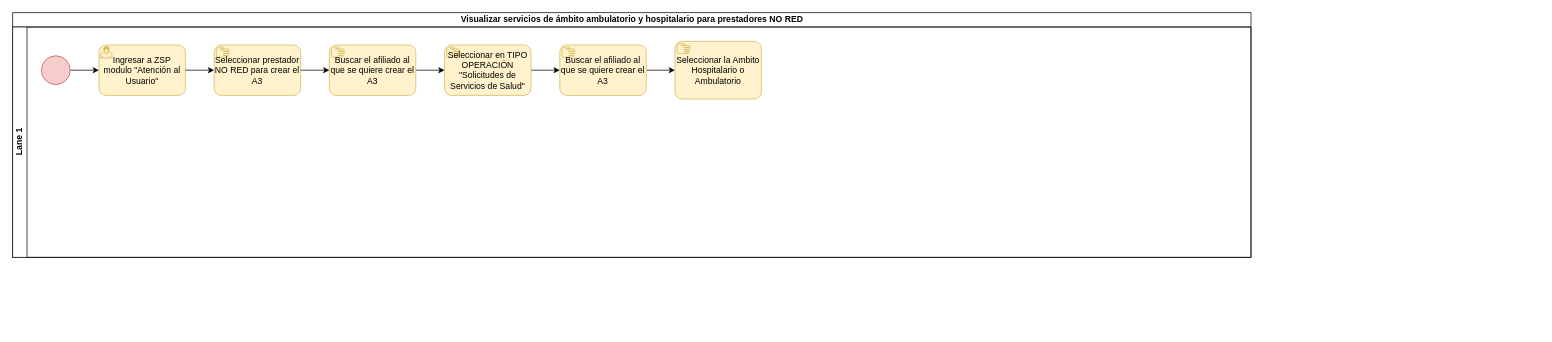
Earlier version of the draw.io diagram Visualizar servicios en ZSS para prestadores con marca en eter.drawio (kevinjporto/Diagramas-de-procesos). Source tidied: cells renumbered, new cells numbered last; positions are measured from the earlier drawing's top-left corner, leaving out a move shared by most shapes. Both pictures are drawn from the tidied source at 72%, with x=0, y=0 at pixel (12, 12).
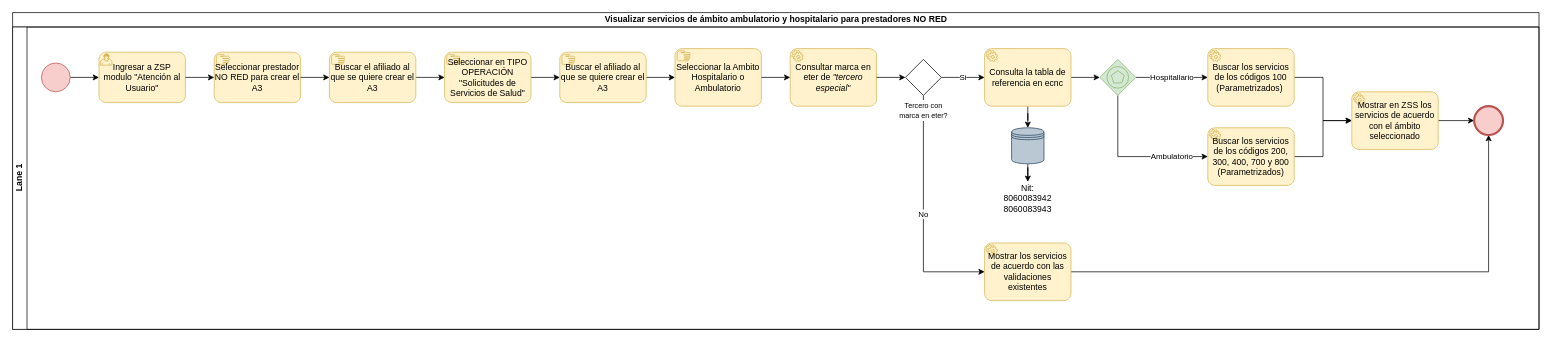
The same diagram, later.

Change to the diagram source:
```diff
@@
     <mxCell id="2" value="Visualizar servicios de ámbito ambulatorio y hospitalario para prestadores NO RED" style="swimlane;horizontal=1;startSize=20;html=1;" parent="1" vertex="1">
-      <mxGeometry width="1720" height="340" as="geometry" />
+      <mxGeometry width="2120" height="440" as="geometry" />
     </mxCell>
     <mxCell id="3" value="Lane 1" style="swimlane;startSize=20;horizontal=0;html=1;" parent="2" vertex="1">
-      <mxGeometry y="20" width="1720" height="320" as="geometry" />
+      <mxGeometry y="20" width="2120" height="420" as="geometry" />
     </mxCell>
@@
     <mxCell id="5" style="points=[[0.145,0.145,0],[0.5,0,0],[0.855,0.145,0],[1,0.5,0],[0.855,0.855,0],[0.5,1,0],[0.145,0.855,0],[0,0.5,0]];shape=mxgraph.bpmn.event;html=1;verticalLabelPosition=bottom;labelBackgroundColor=#ffffff;verticalAlign=top;align=center;perimeter=ellipsePerimeter;outlineConnect=0;outline=standard;symbol=general;fillColor=#f8cecc;strokeColor=#b85450;" parent="3" vertex="1">
-      <mxGeometry x="40" y="40" width="40" height="40" as="geometry" />
+      <mxGeometry x="40" y="50" width="40" height="40" as="geometry" />
     </mxCell>
     <mxCell id="6" value="Ingresar a ZSP modulo &quot;Atención al Usuario&quot;" style="points=[[0.25,0,0],[0.5,0,0],[0.75,0,0],[1,0.25,0],[1,0.5,0],[1,0.75,0],[0.75,1,0],[0.5,1,0],[0.25,1,0],[0,0.75,0],[0,0.5,0],[0,0.25,0]];shape=mxgraph.bpmn.task;whiteSpace=wrap;rectStyle=rounded;size=10;html=1;taskMarker=user;fillColor=#fff2cc;strokeColor=#d6b656;" parent="3" vertex="1">
-      <mxGeometry x="120" y="25" width="120" height="70" as="geometry" />
+      <mxGeometry x="120" y="35" width="120" height="70" as="geometry" />
     </mxCell>
     <mxCell id="7" value="Seleccionar prestador NO RED para crear el A3" style="points=[[0.25,0,0],[0.5,0,0],[0.75,0,0],[1,0.25,0],[1,0.5,0],[1,0.75,0],[0.75,1,0],[0.5,1,0],[0.25,1,0],[0,0.75,0],[0,0.5,0],[0,0.25,0]];shape=mxgraph.bpmn.task;whiteSpace=wrap;rectStyle=rounded;size=10;html=1;taskMarker=manual;fillColor=#fff2cc;strokeColor=#d6b656;" parent="3" vertex="1">
-      <mxGeometry x="280" y="25" width="120" height="70" as="geometry" />
+      <mxGeometry x="280" y="35" width="120" height="70" as="geometry" />
     </mxCell>
@@
     <mxCell id="10" value="Buscar el afiliado al que se quiere crear el A3" style="points=[[0.25,0,0],[0.5,0,0],[0.75,0,0],[1,0.25,0],[1,0.5,0],[1,0.75,0],[0.75,1,0],[0.5,1,0],[0.25,1,0],[0,0.75,0],[0,0.5,0],[0,0.25,0]];shape=mxgraph.bpmn.task;whiteSpace=wrap;rectStyle=rounded;size=10;html=1;taskMarker=manual;fillColor=#fff2cc;strokeColor=#d6b656;" parent="3" vertex="1">
-      <mxGeometry x="440" y="25" width="120" height="70" as="geometry" />
+      <mxGeometry x="440" y="35" width="120" height="70" as="geometry" />
     </mxCell>
@@
     <mxCell id="13" value="Seleccionar en TIPO OPERACIÓN &quot;Solicitudes de Servicios de Salud&quot;" style="points=[[0.25,0,0],[0.5,0,0],[0.75,0,0],[1,0.25,0],[1,0.5,0],[1,0.75,0],[0.75,1,0],[0.5,1,0],[0.25,1,0],[0,0.75,0],[0,0.5,0],[0,0.25,0]];shape=mxgraph.bpmn.task;whiteSpace=wrap;rectStyle=rounded;size=10;html=1;taskMarker=manual;fillColor=#fff2cc;strokeColor=#d6b656;" parent="3" vertex="1">
-      <mxGeometry x="600" y="25" width="120" height="70" as="geometry" />
+      <mxGeometry x="600" y="35" width="120" height="70" as="geometry" />
     </mxCell>
@@
     <mxCell id="15" value="Buscar el afiliado al que se quiere crear el A3" style="points=[[0.25,0,0],[0.5,0,0],[0.75,0,0],[1,0.25,0],[1,0.5,0],[1,0.75,0],[0.75,1,0],[0.5,1,0],[0.25,1,0],[0,0.75,0],[0,0.5,0],[0,0.25,0]];shape=mxgraph.bpmn.task;whiteSpace=wrap;rectStyle=rounded;size=10;html=1;taskMarker=manual;fillColor=#fff2cc;strokeColor=#d6b656;" parent="3" vertex="1">
-      <mxGeometry x="760" y="25" width="120" height="70" as="geometry" />
+      <mxGeometry x="760" y="35" width="120" height="70" as="geometry" />
     </mxCell>
     <mxCell id="16" value="Seleccionar la Ambito Hospitalario o Ambulatorio" style="points=[[0.25,0,0],[0.5,0,0],[0.75,0,0],[1,0.25,0],[1,0.5,0],[1,0.75,0],[0.75,1,0],[0.5,1,0],[0.25,1,0],[0,0.75,0],[0,0.5,0],[0,0.25,0]];shape=mxgraph.bpmn.task;whiteSpace=wrap;rectStyle=rounded;size=10;html=1;taskMarker=manual;fillColor=#fff2cc;strokeColor=#d6b656;" parent="3" vertex="1">
-      <mxGeometry x="920" y="20" width="120" height="80" as="geometry" />
+      <mxGeometry x="920" y="30" width="120" height="80" as="geometry" />
     </mxCell>
+    <mxCell id="17" value="Consultar marca en eter de &lt;i&gt;&quot;tercero especial&quot;&lt;/i&gt;" style="points=[[0.25,0,0],[0.5,0,0],[0.75,0,0],[1,0.25,0],[1,0.5,0],[1,0.75,0],[0.75,1,0],[0.5,1,0],[0.25,1,0],[0,0.75,0],[0,0.5,0],[0,0.25,0]];shape=mxgraph.bpmn.task;whiteSpace=wrap;rectStyle=rounded;size=10;html=1;taskMarker=service;fillColor=#fff2cc;strokeColor=#d6b656;" parent="3" vertex="1">
+      <mxGeometry x="1080" y="30" width="120" height="80" as="geometry" />
+    </mxCell>
+    <mxCell id="18" style="edgeStyle=orthogonalEdgeStyle;rounded=0;jettySize=auto;html=1;" parent="3" edge="1" source="16" target="17">
+      <mxGeometry relative="1" as="geometry" />
+    </mxCell>
+    <mxCell id="19" value="No" style="edgeStyle=orthogonalEdgeStyle;rounded=0;jettySize=auto;html=1;entryX=0;entryY=0.5;entryDx=0;entryDy=0;entryPerimeter=0;" parent="3" edge="1" source="21" target="32">
+      <mxGeometry relative="1" as="geometry">
+        <Array as="points">
+          <mxPoint x="1265" y="340" />
+        </Array>
+      </mxGeometry>
+    </mxCell>
+    <mxCell id="20" value="Si" style="edgeStyle=orthogonalEdgeStyle;rounded=0;jettySize=auto;html=1;entryX=0;entryY=0.5;entryDx=0;entryDy=0;entryPerimeter=0;" parent="3" edge="1" source="21" target="27">
+      <mxGeometry relative="1" as="geometry" />
+    </mxCell>
+    <mxCell id="21" value="&lt;font style=&quot;font-size: 10px;&quot;&gt;Tercero con &lt;br&gt;marca en eter?&lt;/font&gt;" style="points=[[0.25,0.25,0],[0.5,0,0],[0.75,0.25,0],[1,0.5,0],[0.75,0.75,0],[0.5,1,0],[0.25,0.75,0],[0,0.5,0]];shape=mxgraph.bpmn.gateway2;html=1;verticalLabelPosition=bottom;labelBackgroundColor=#ffffff;verticalAlign=top;align=center;perimeter=rhombusPerimeter;outlineConnect=0;outline=none;symbol=none;" parent="3" vertex="1">
+      <mxGeometry x="1240" y="45" width="50" height="50" as="geometry" />
+    </mxCell>
+    <mxCell id="22" style="edgeStyle=orthogonalEdgeStyle;rounded=0;jettySize=auto;html=1;" parent="3" edge="1" source="17" target="21">
+      <mxGeometry relative="1" as="geometry" />
+    </mxCell>
+    <mxCell id="23" style="edgeStyle=orthogonalEdgeStyle;rounded=0;jettySize=auto;html=1;entryX=0;entryY=0.5;entryDx=0;entryDy=0;entryPerimeter=0;" parent="3" edge="1" source="24" target="40">
+      <mxGeometry relative="1" as="geometry" />
+    </mxCell>
+    <mxCell id="24" value="Mostrar en ZSS los servicios de acuerdo con el ámbito seleccionado" style="points=[[0.25,0,0],[0.5,0,0],[0.75,0,0],[1,0.25,0],[1,0.5,0],[1,0.75,0],[0.75,1,0],[0.5,1,0],[0.25,1,0],[0,0.75,0],[0,0.5,0],[0,0.25,0]];shape=mxgraph.bpmn.task;whiteSpace=wrap;rectStyle=rounded;size=10;html=1;taskMarker=service;fillColor=#fff2cc;strokeColor=#d6b656;" parent="3" vertex="1">
+      <mxGeometry x="1860" y="90" width="120" height="80" as="geometry" />
+    </mxCell>
+    <mxCell id="25" style="edgeStyle=orthogonalEdgeStyle;rounded=0;jettySize=auto;html=1;entryX=0.5;entryY=0;entryDx=0;entryDy=0;" parent="3" edge="1" source="27" target="29">
+      <mxGeometry relative="1" as="geometry" />
+    </mxCell>
+    <mxCell id="26" style="edgeStyle=orthogonalEdgeStyle;rounded=0;jettySize=auto;html=1;" parent="3" edge="1" source="27" target="39">
+      <mxGeometry relative="1" as="geometry" />
+    </mxCell>
+    <mxCell id="27" value="Consulta la tabla de referencia en ecnc" style="points=[[0.25,0,0],[0.5,0,0],[0.75,0,0],[1,0.25,0],[1,0.5,0],[1,0.75,0],[0.75,1,0],[0.5,1,0],[0.25,1,0],[0,0.75,0],[0,0.5,0],[0,0.25,0]];shape=mxgraph.bpmn.task;whiteSpace=wrap;rectStyle=rounded;size=10;html=1;taskMarker=service;fillColor=#fff2cc;strokeColor=#d6b656;" parent="3" vertex="1">
+      <mxGeometry x="1350" y="30" width="120" height="80" as="geometry" />
+    </mxCell>
+    <mxCell id="28" style="edgeStyle=orthogonalEdgeStyle;rounded=0;jettySize=auto;html=1;" parent="3" edge="1" source="29" target="30">
+      <mxGeometry relative="1" as="geometry" />
+    </mxCell>
+    <mxCell id="29" style="shape=datastore;whiteSpace=wrap;html=1;fillColor=#bac8d3;strokeColor=#23445d;" parent="3" vertex="1">
+      <mxGeometry x="1387.5" y="140" width="45" height="50" as="geometry" />
+    </mxCell>
+    <mxCell id="30" value="Nit: &lt;br&gt;8060083942&lt;br&gt;8060083943" style="text;html=1;strokeColor=none;fillColor=none;align=center;verticalAlign=middle;whiteSpace=wrap;rounded=0;dashed=1;" parent="3" vertex="1">
+      <mxGeometry x="1355" y="215" width="110" height="45" as="geometry" />
+    </mxCell>
+    <mxCell id="31" style="edgeStyle=orthogonalEdgeStyle;rounded=0;jettySize=auto;html=1;entryX=0.5;entryY=1;entryDx=0;entryDy=0;entryPerimeter=0;" parent="3" edge="1" source="32" target="40">
+      <mxGeometry relative="1" as="geometry" />
+    </mxCell>
+    <mxCell id="32" value="Mostrar los servicios de acuerdo con las validaciones existentes" style="points=[[0.25,0,0],[0.5,0,0],[0.75,0,0],[1,0.25,0],[1,0.5,0],[1,0.75,0],[0.75,1,0],[0.5,1,0],[0.25,1,0],[0,0.75,0],[0,0.5,0],[0,0.25,0]];shape=mxgraph.bpmn.task;whiteSpace=wrap;rectStyle=rounded;size=10;html=1;taskMarker=service;fillColor=#fff2cc;strokeColor=#d6b656;" parent="3" vertex="1">
+      <mxGeometry x="1350" y="300" width="120" height="80" as="geometry" />
+    </mxCell>
+    <mxCell id="33" style="edgeStyle=orthogonalEdgeStyle;rounded=0;jettySize=auto;html=1;entryX=0;entryY=0.5;entryDx=0;entryDy=0;entryPerimeter=0;" parent="3" edge="1" source="34" target="24">
+      <mxGeometry relative="1" as="geometry" />
+    </mxCell>
+    <mxCell id="34" value="Buscar los servicios de los códigos 100&lt;br&gt;(Parametrizados)&amp;nbsp;" style="points=[[0.25,0,0],[0.5,0,0],[0.75,0,0],[1,0.25,0],[1,0.5,0],[1,0.75,0],[0.75,1,0],[0.5,1,0],[0.25,1,0],[0,0.75,0],[0,0.5,0],[0,0.25,0]];shape=mxgraph.bpmn.task;whiteSpace=wrap;rectStyle=rounded;size=10;html=1;taskMarker=service;fillColor=#fff2cc;strokeColor=#d6b656;" parent="3" vertex="1">
+      <mxGeometry x="1660" y="30" width="120" height="80" as="geometry" />
+    </mxCell>
+    <mxCell id="35" style="edgeStyle=orthogonalEdgeStyle;rounded=0;jettySize=auto;html=1;" parent="3" edge="1" source="36" target="24">
+      <mxGeometry relative="1" as="geometry" />
+    </mxCell>
+    <mxCell id="36" value="Buscar los servicios de los códigos 200, 300, 400, 700 y 800&lt;br&gt;(Parametrizados)" style="points=[[0.25,0,0],[0.5,0,0],[0.75,0,0],[1,0.25,0],[1,0.5,0],[1,0.75,0],[0.75,1,0],[0.5,1,0],[0.25,1,0],[0,0.75,0],[0,0.5,0],[0,0.25,0]];shape=mxgraph.bpmn.task;whiteSpace=wrap;rectStyle=rounded;size=10;html=1;taskMarker=service;fillColor=#fff2cc;strokeColor=#d6b656;" parent="3" vertex="1">
+      <mxGeometry x="1660" y="140" width="120" height="80" as="geometry" />
+    </mxCell>
+    <mxCell id="37" value="Hospitallario" style="edgeStyle=orthogonalEdgeStyle;rounded=0;jettySize=auto;html=1;" parent="3" edge="1" source="39" target="34">
+      <mxGeometry relative="1" as="geometry" />
+    </mxCell>
+    <mxCell id="38" value="Ambulatorio" style="edgeStyle=orthogonalEdgeStyle;rounded=0;jettySize=auto;html=1;entryX=0;entryY=0.5;entryDx=0;entryDy=0;entryPerimeter=0;" parent="3" edge="1" source="39" target="36">
+      <mxGeometry x="0.52" relative="1" as="geometry">
+        <Array as="points">
+          <mxPoint x="1535" y="180" />
+        </Array>
+      </mxGeometry>
+    </mxCell>
+    <mxCell id="39" style="points=[[0.25,0.25,0],[0.5,0,0],[0.75,0.25,0],[1,0.5,0],[0.75,0.75,0],[0.5,1,0],[0.25,0.75,0],[0,0.5,0]];shape=mxgraph.bpmn.gateway2;html=1;verticalLabelPosition=bottom;labelBackgroundColor=#ffffff;verticalAlign=top;align=center;perimeter=rhombusPerimeter;outlineConnect=0;outline=standard;symbol=multiple;fillColor=#d5e8d4;strokeColor=#82b366;" parent="3" vertex="1">
+      <mxGeometry x="1510" y="45" width="50" height="50" as="geometry" />
+    </mxCell>
+    <mxCell id="40" style="points=[[0.145,0.145,0],[0.5,0,0],[0.855,0.145,0],[1,0.5,0],[0.855,0.855,0],[0.5,1,0],[0.145,0.855,0],[0,0.5,0]];shape=mxgraph.bpmn.event;html=1;verticalLabelPosition=bottom;labelBackgroundColor=#ffffff;verticalAlign=top;align=center;perimeter=ellipsePerimeter;outlineConnect=0;outline=end;symbol=terminate2;fillColor=#f8cecc;strokeColor=#b85450;" parent="3" vertex="1">
+      <mxGeometry x="2030" y="110" width="40" height="40" as="geometry" />
+    </mxCell>
```
